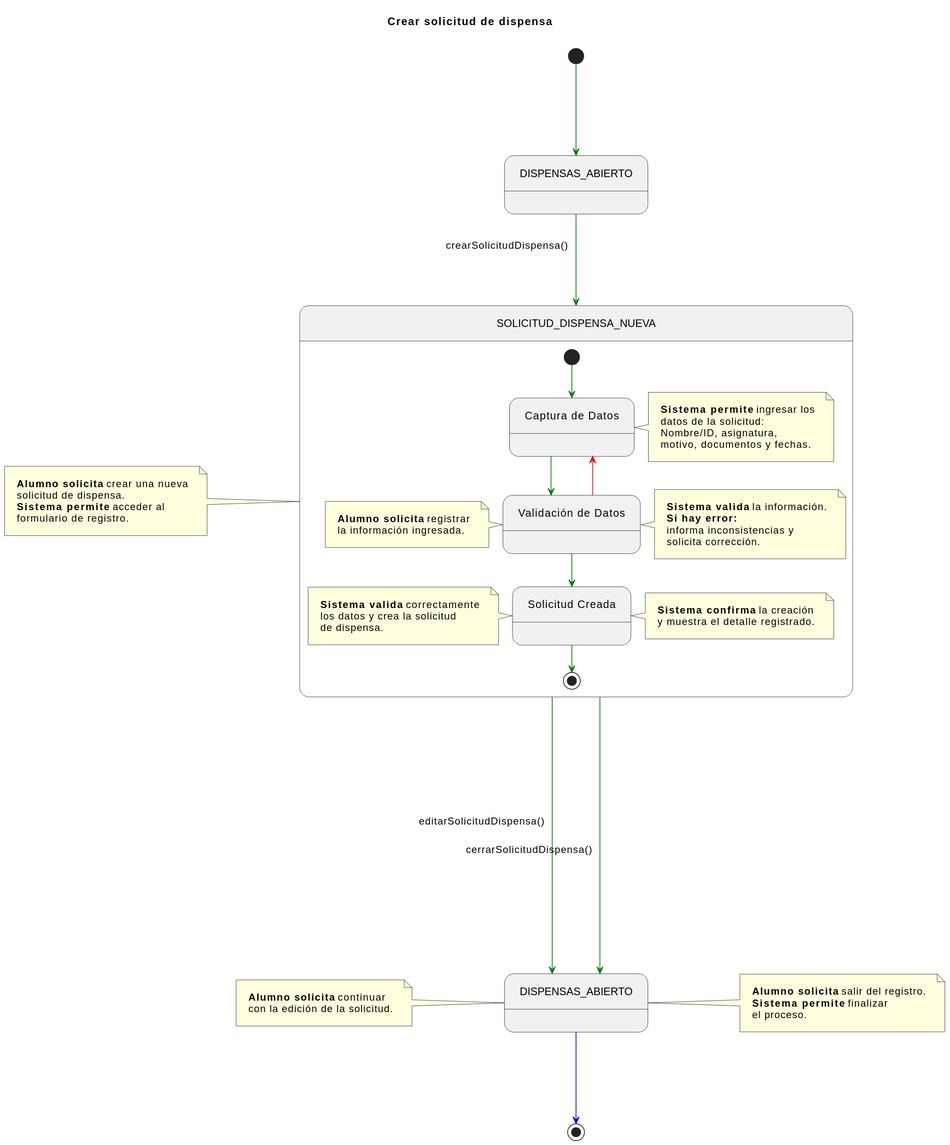
Before: documents/CasosDeUso/DetalladoCasosDeUso/Secretaria/crearSolicitudDispensa.svg, a diagram exported from PlantUML (enmabry/25-26-IdSw1-SdR).
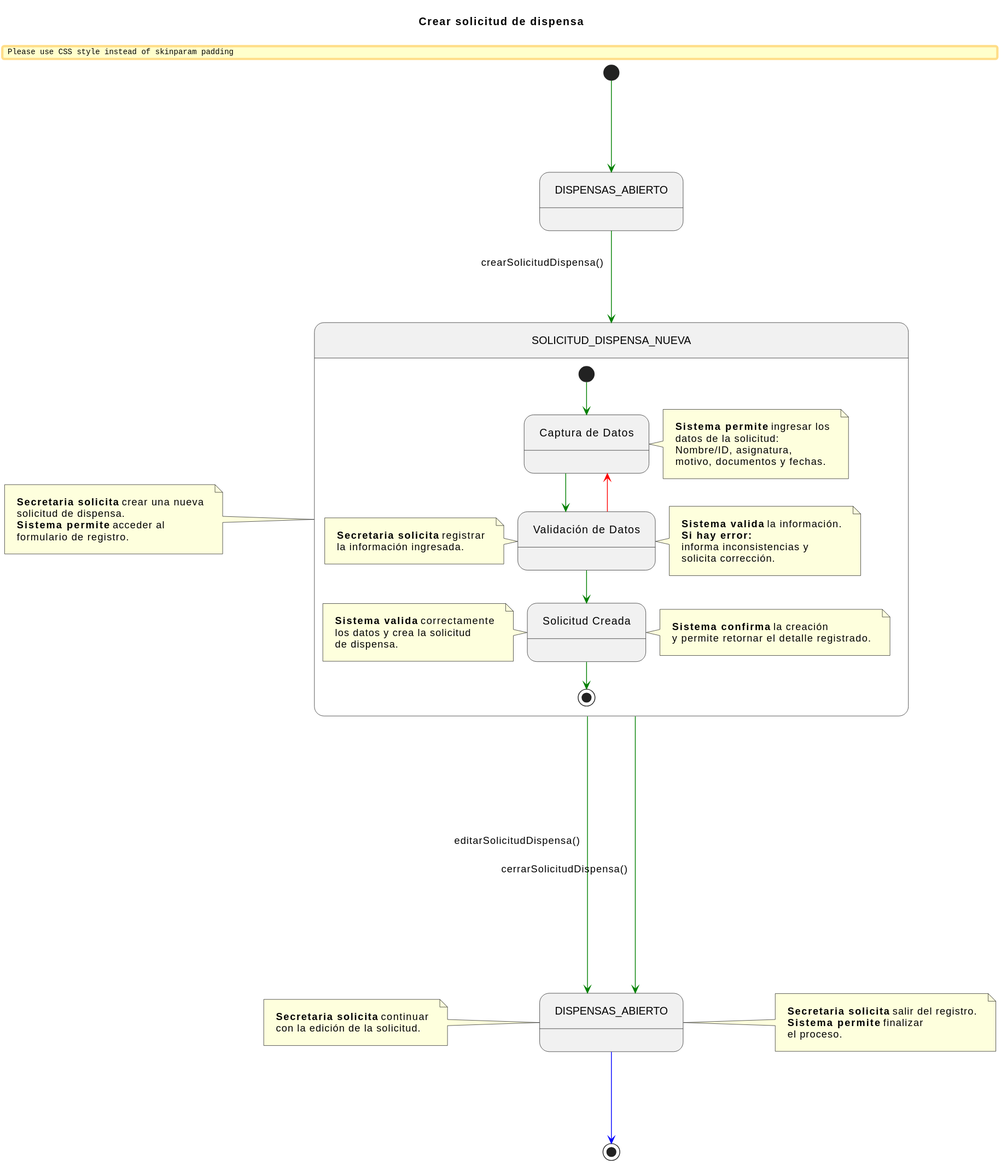
The same diagram one commit later.

The edit, as a diff of the source:
```diff
@@ -16,7 +16,7 @@
 DISPENSAS_ABIERTO_INICIAL -[#green]-> SOLICITUD_DISPENSA_NUEVA_COMP : crearSolicitudDispensa()
 
 note left of SOLICITUD_DISPENSA_NUEVA_COMP
-    <b>Alumno solicita</b> crear una nueva
+    <b>Secretaria solicita</b> crear una nueva
     solicitud de dispensa.
     <b>Sistema permite</b> acceder al
     formulario de registro.
@@ -41,7 +41,7 @@
     CapturaDatos -[#green]-> ValidarDatos
 
     note left of ValidarDatos
-        <b>Alumno solicita</b> registrar
+        <b>Secretaria solicita</b> registrar
         la información ingresada.
     end note
 
@@ -66,14 +66,14 @@
 
     note right of CreacionExitosa
         <b>Sistema confirma</b> la creación
-        y muestra el detalle registrado.
+        y permite retornar el detalle registrado.
     end note
 }
 
 SOLICITUD_DISPENSA_NUEVA_COMP -[#green]---> DISPENSAS_ABIERTO_FINAL : editarSolicitudDispensa()
 
 note left of DISPENSAS_ABIERTO_FINAL
-    <b>Alumno solicita</b> continuar
+    <b>Secretaria solicita</b> continuar
     con la edición de la solicitud.
 end note
 
@@ -81,7 +81,7 @@
 SOLICITUD_DISPENSA_NUEVA_COMP -[#green]---> DISPENSAS_ABIERTO_FINAL : cerrarSolicitudDispensa()
 
 note right of DISPENSAS_ABIERTO_FINAL
-    <b>Alumno solicita</b> salir del registro.
+    <b>Secretaria solicita</b> salir del registro.
     <b>Sistema permite</b> finalizar
     el proceso.
 end note
```
